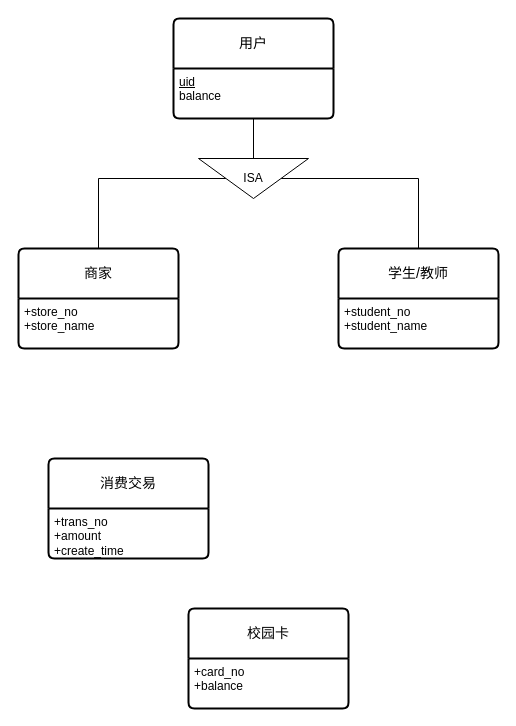
ShiaoYoung/Database-course_design keeps this draw.io diagram as ER-Charts/ER_CampusCard.drawio. Above is the earlier version. Source tidied: cells renumbered, new cells numbered last; positions are measured from the earlier drawing's top-left corner, leaving out a move shared by most shapes. Both pictures are drawn from the tidied source at 100%, with x=0, y=0 at pixel (18, 18).
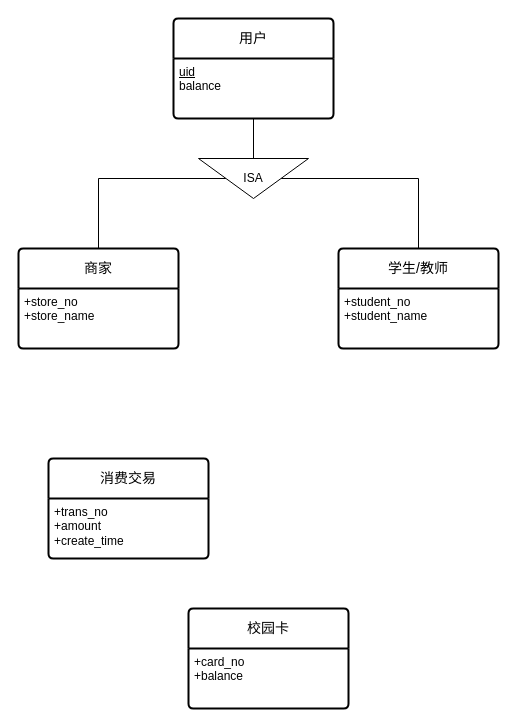
The same diagram, later.

Change to the diagram source:
```diff
@@
 <mxGraphModel>
   <root>
     <mxCell id="0" />
     <mxCell id="1" parent="0" />
-    <mxCell id="2" value="商家" style="swimlane;horizontal=1;startSize=50;rounded=1;fontSize=14;fontStyle=0;strokeWidth=2;shadow=0;dashed=0;align=center;arcSize=4;whiteSpace=wrap;html=1;" parent="1" vertex="1">
+    <mxCell id="2" value="商家" style="swimlane;horizontal=1;startSize=40;rounded=1;fontSize=14;fontStyle=0;strokeWidth=2;shadow=0;dashed=0;align=center;arcSize=4;whiteSpace=wrap;html=1;" parent="1" vertex="1">
       <mxGeometry y="230" width="160" height="100" as="geometry" />
     </mxCell>
     <mxCell id="3" value="+store_no&lt;br&gt;+store_name" style="align=left;strokeColor=none;fillColor=none;spacingLeft=4;fontSize=12;verticalAlign=top;html=1;" parent="2" vertex="1">
-      <mxGeometry y="50" width="160" height="50" as="geometry" />
+      <mxGeometry y="40" width="160" height="60" as="geometry" />
     </mxCell>
-    <mxCell id="4" value="校园卡" style="swimlane;horizontal=1;startSize=50;rounded=1;fontSize=14;fontStyle=0;strokeWidth=2;shadow=0;dashed=0;align=center;arcSize=4;whiteSpace=wrap;html=1;" parent="1" vertex="1">
+    <mxCell id="4" value="校园卡" style="swimlane;horizontal=1;startSize=40;rounded=1;fontSize=14;fontStyle=0;strokeWidth=2;shadow=0;dashed=0;align=center;arcSize=4;whiteSpace=wrap;html=1;" parent="1" vertex="1">
       <mxGeometry x="170" y="590" width="160" height="100" as="geometry" />
     </mxCell>
     <mxCell id="5" value="+card_no&lt;br&gt;+balance" style="align=left;strokeColor=none;fillColor=none;spacingLeft=4;fontSize=12;verticalAlign=top;html=1;" parent="4" vertex="1">
-      <mxGeometry y="50" width="160" height="50" as="geometry" />
+      <mxGeometry y="40" width="160" height="60" as="geometry" />
     </mxCell>
-    <mxCell id="6" value="用户" style="swimlane;horizontal=1;startSize=50;rounded=1;fontSize=14;fontStyle=0;strokeWidth=2;shadow=0;dashed=0;align=center;arcSize=4;whiteSpace=wrap;html=1;" parent="1" vertex="1">
+    <mxCell id="6" value="用户" style="swimlane;horizontal=1;startSize=40;rounded=1;fontSize=14;fontStyle=0;strokeWidth=2;shadow=0;dashed=0;align=center;arcSize=4;whiteSpace=wrap;html=1;" parent="1" vertex="1">
       <mxGeometry x="155" width="160" height="100" as="geometry" />
     </mxCell>
     <mxCell id="7" value="&lt;u&gt;uid&lt;/u&gt;&lt;br&gt;balance" style="align=left;strokeColor=none;fillColor=none;spacingLeft=4;fontSize=12;verticalAlign=top;html=1;" parent="6" vertex="1">
-      <mxGeometry y="50" width="160" height="50" as="geometry" />
+      <mxGeometry y="40" width="160" height="60" as="geometry" />
     </mxCell>
-    <mxCell id="8" value="学生/教师" style="swimlane;horizontal=1;startSize=50;rounded=1;fontSize=14;fontStyle=0;strokeWidth=2;shadow=0;dashed=0;align=center;arcSize=4;whiteSpace=wrap;html=1;" parent="1" vertex="1">
+    <mxCell id="8" value="学生/教师" style="swimlane;horizontal=1;startSize=40;rounded=1;fontSize=14;fontStyle=0;strokeWidth=2;shadow=0;dashed=0;align=center;arcSize=4;whiteSpace=wrap;html=1;" parent="1" vertex="1">
       <mxGeometry x="320" y="230" width="160" height="100" as="geometry" />
     </mxCell>
     <mxCell id="9" value="+student_no&lt;br&gt;+student_name" style="align=left;strokeColor=none;fillColor=none;spacingLeft=4;fontSize=12;verticalAlign=top;html=1;" parent="8" vertex="1">
-      <mxGeometry y="50" width="160" height="50" as="geometry" />
+      <mxGeometry y="40" width="160" height="60" as="geometry" />
     </mxCell>
     <mxCell id="10" style="edgeStyle=orthogonalEdgeStyle;rounded=0;jettySize=auto;html=1;exitX=0.5;exitY=1;exitDx=0;exitDy=0;entryX=0.5;entryY=0;entryDx=0;entryDy=0;curved=0;strokeColor=default;endArrow=none;endFill=0;" parent="1" edge="1" source="12" target="2">
       <mxGeometry relative="1" as="geometry" />
     </mxCell>
     <mxCell id="11" style="edgeStyle=orthogonalEdgeStyle;rounded=0;jettySize=auto;html=1;exitX=0.5;exitY=0;exitDx=0;exitDy=0;entryX=0.5;entryY=0;entryDx=0;entryDy=0;endArrow=none;endFill=0;" parent="1" edge="1" source="12" target="8">
       <mxGeometry relative="1" as="geometry" />
     </mxCell>
     <mxCell id="12" value="ISA" style="triangle;whiteSpace=wrap;html=1;direction=south;" parent="1" vertex="1">
       <mxGeometry x="180" y="140" width="110" height="40" as="geometry" />
     </mxCell>
     <mxCell id="13" style="edgeStyle=orthogonalEdgeStyle;rounded=0;jettySize=auto;html=1;exitX=0.5;exitY=1;exitDx=0;exitDy=0;entryX=0;entryY=0.5;entryDx=0;entryDy=0;endArrow=none;endFill=0;" parent="1" edge="1" source="7" target="12">
       <mxGeometry relative="1" as="geometry" />
     </mxCell>
-    <mxCell id="14" value="消费交易" style="swimlane;horizontal=1;startSize=50;rounded=1;fontSize=14;fontStyle=0;strokeWidth=2;shadow=0;dashed=0;align=center;arcSize=4;whiteSpace=wrap;html=1;" parent="1" vertex="1">
+    <mxCell id="14" value="消费交易" style="swimlane;horizontal=1;startSize=40;rounded=1;fontSize=14;fontStyle=0;strokeWidth=2;shadow=0;dashed=0;align=center;arcSize=4;whiteSpace=wrap;html=1;" parent="1" vertex="1">
       <mxGeometry x="30" y="440" width="160" height="100" as="geometry" />
     </mxCell>
     <mxCell id="15" value="+trans_no&lt;br&gt;+amount&lt;div&gt;+create_time&lt;/div&gt;" style="align=left;strokeColor=none;fillColor=none;spacingLeft=4;fontSize=12;verticalAlign=top;html=1;" parent="14" vertex="1">
-      <mxGeometry y="50" width="160" height="50" as="geometry" />
+      <mxGeometry y="40" width="160" height="60" as="geometry" />
     </mxCell>
   </root>
 </mxGraphModel>
```
